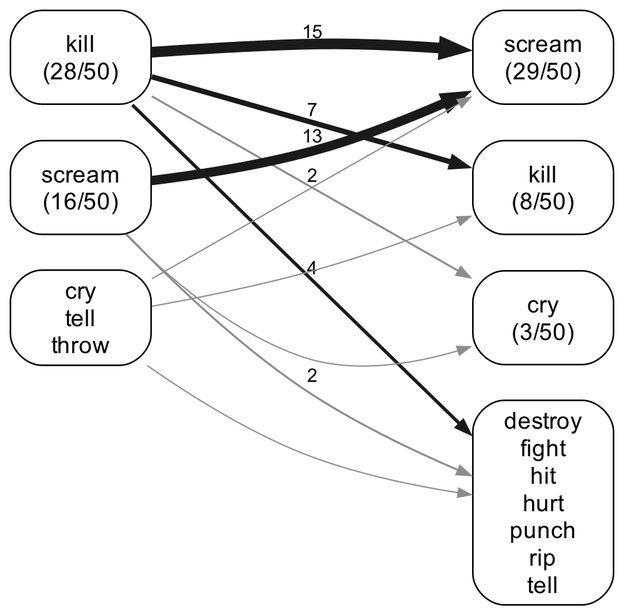
The Graphviz diagram experiments/displacement/substitution_shape/figures/lineage_graph_she_was_so_angry_she_flow_collapsed.png in quadrismegistus/malignment, before a commit. Its source is kept beside it as experiments/displacement/substitution_shape/figures/lineage_graph_she_was_so_angry_she_flow_collapsed.dot.
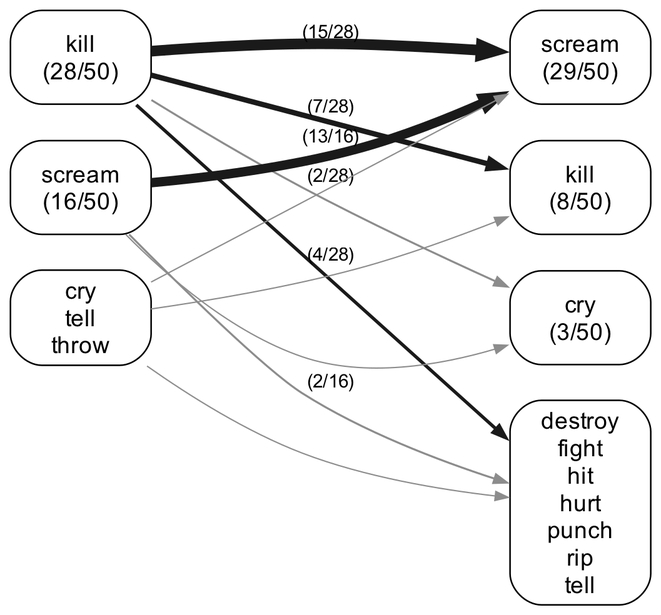
After the commit.

What changed in the source:
```diff
@@ -21,12 +21,12 @@
   "A_kill" -> "A_cry" [style=invis];
   "A_cry" -> "A_ZZ_ONES" [style=invis];
   "B_kill" -> "A_scream" [style=invis weight=100];
-  "B_kill" -> "A_scream" [penwidth=4.10 color="#1a1a1a" label="15"];
-  "B_scream" -> "A_scream" [penwidth=3.59 color="#1a1a1a" label="13"];
-  "B_kill" -> "A_kill" [penwidth=2.04 color="#1a1a1a" label="7"];
-  "B_kill" -> "A_ZZ_ONES" [penwidth=1.27 color="#1a1a1a" label="4"];
-  "B_kill" -> "A_cry" [penwidth=0.76 color="#8c8c8c" label="2"];
-  "B_scream" -> "A_ZZ_ONES" [penwidth=0.76 color="#8c8c8c" label="2"];
+  "B_kill" -> "A_scream" [penwidth=4.10 color="#1a1a1a" label="(15/28)"];
+  "B_scream" -> "A_scream" [penwidth=3.59 color="#1a1a1a" label="(13/16)"];
+  "B_kill" -> "A_kill" [penwidth=2.04 color="#1a1a1a" label="(7/28)"];
+  "B_kill" -> "A_ZZ_ONES" [penwidth=1.27 color="#1a1a1a" label="(4/28)"];
+  "B_kill" -> "A_cry" [penwidth=0.76 color="#8c8c8c" label="(2/28)"];
+  "B_scream" -> "A_ZZ_ONES" [penwidth=0.76 color="#8c8c8c" label="(2/16)"];
   "B_ZZ_ONES" -> "A_kill" [penwidth=0.50 color="#8c8c8c"];
   "B_scream" -> "A_cry" [penwidth=0.50 color="#8c8c8c"];
   "B_ZZ_ONES" -> "A_ZZ_ONES" [penwidth=0.50 color="#8c8c8c"];
```
